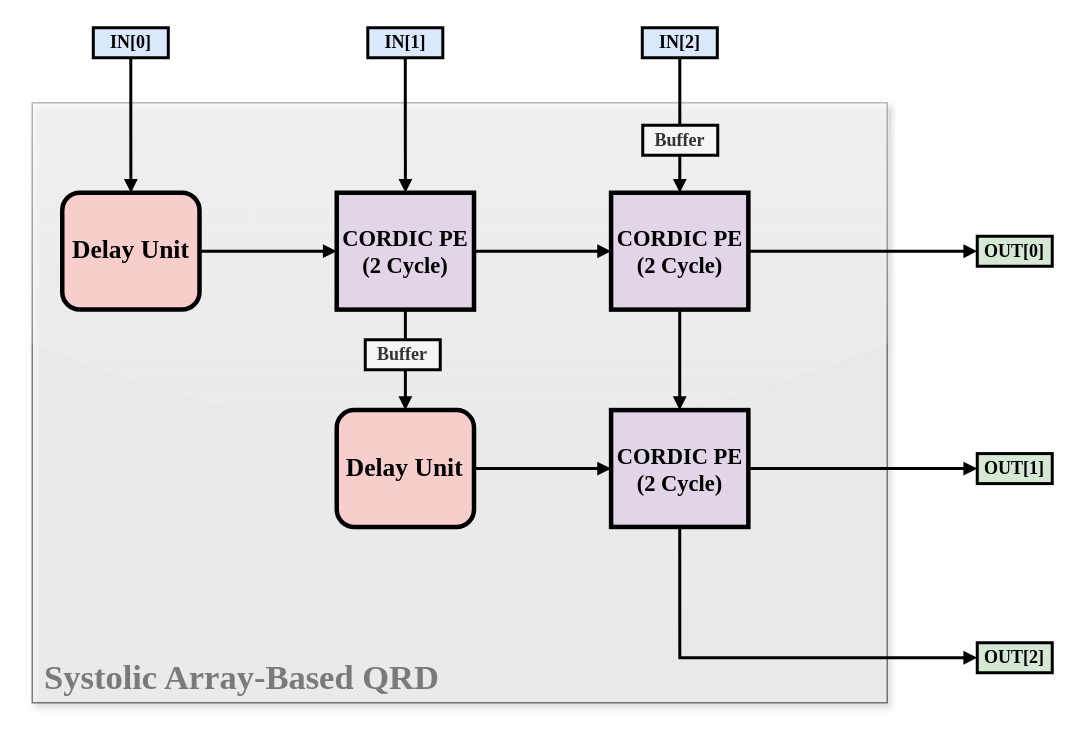
Earlier version of the draw.io diagram report/Figure/QRD-Systolic-Array.drawio (akira2963753/Eigen-Value-Decomposition). Source tidied: cells renumbered, new cells numbered last; positions are measured from the earlier drawing's top-left corner, leaving out a move shared by most shapes. Both pictures are drawn from the tidied source at 150%, with x=0, y=0 at pixel (32, 27).
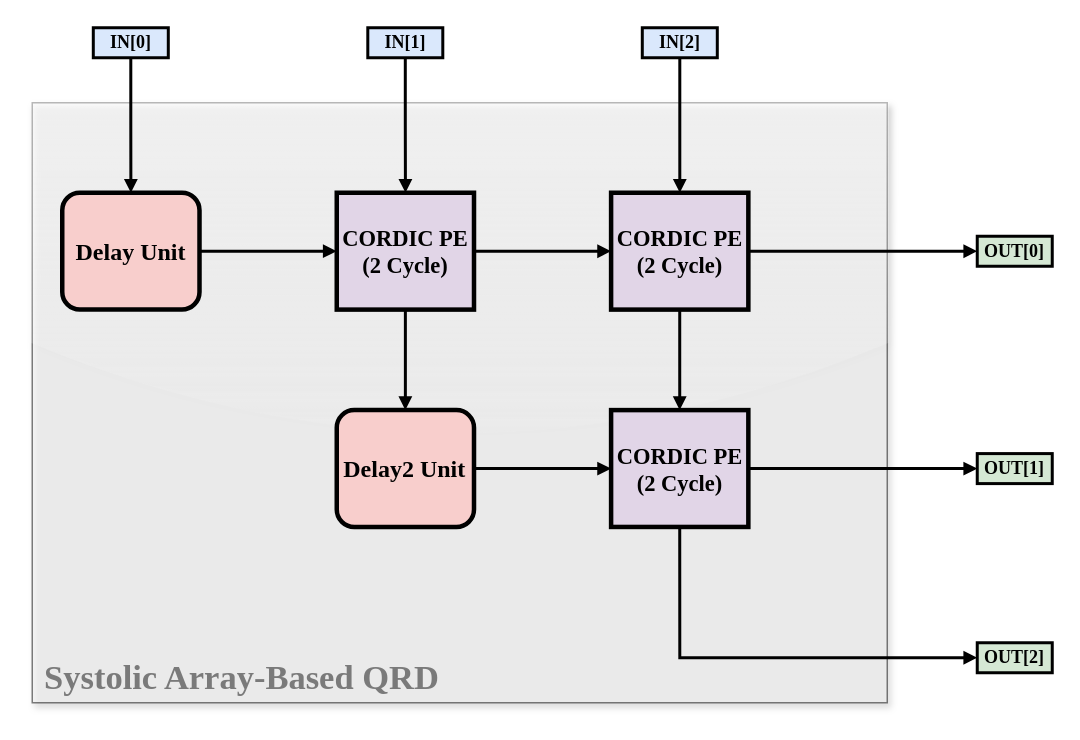
The same diagram, later.

What changed in the source:
```diff
@@
-    <mxCell id="4" value="&lt;b style=&quot;&quot;&gt;&lt;font style=&quot;font-size: 17px;&quot;&gt;Delay Unit&lt;/font&gt;&lt;/b&gt;" style="rounded=1;whiteSpace=wrap;html=1;strokeWidth=3;fillColor=#f8cecc;strokeColor=default;fontFamily=Garamond;" parent="1" vertex="1">
+    <mxCell id="4" value="&lt;b style=&quot;&quot;&gt;&lt;font style=&quot;font-size: 16px;&quot;&gt;Delay Unit&lt;/font&gt;&lt;/b&gt;" style="rounded=1;whiteSpace=wrap;html=1;strokeWidth=3;fillColor=#f8cecc;strokeColor=default;fontFamily=Garamond;" parent="1" vertex="1">
       <mxGeometry x="20" y="110" width="91.5" height="77.9" as="geometry" />
     </mxCell>
@@
-    <mxCell id="15" value="&lt;b style=&quot;&quot;&gt;&lt;font style=&quot;font-size: 17px;&quot;&gt;Delay Unit&lt;/font&gt;&lt;/b&gt;" style="text;html=1;whiteSpace=wrap;strokeColor=none;fillColor=none;align=center;verticalAlign=middle;rounded=0;fontFamily=Garamond;strokeWidth=3;" parent="1" vertex="1">
+    <mxCell id="15" value="&lt;b style=&quot;&quot;&gt;&lt;font style=&quot;font-size: 16px;&quot;&gt;Delay2 Unit&lt;/font&gt;&lt;/b&gt;" style="text;html=1;whiteSpace=wrap;strokeColor=none;fillColor=none;align=center;verticalAlign=middle;rounded=0;fontFamily=Garamond;strokeWidth=3;" parent="1" vertex="1">
       <mxGeometry x="202" y="286.1" width="93.3" height="15.6" as="geometry" />
     </mxCell>
@@
-    <mxCell id="27" value="&lt;font face=&quot;Garamond&quot;&gt;&lt;b&gt;Buffer&lt;/b&gt;&lt;/font&gt;" style="text;html=1;whiteSpace=wrap;strokeColor=default;fillColor=#f5f5f5;align=center;verticalAlign=middle;rounded=0;strokeWidth=2;fontColor=#333333;" parent="1" vertex="1">
-      <mxGeometry x="407" y="65" width="50" height="20" as="geometry" />
-    </mxCell>
-    <mxCell id="28" value="&lt;font face=&quot;Garamond&quot;&gt;&lt;b&gt;Buffer&lt;/b&gt;&lt;/font&gt;" style="text;html=1;whiteSpace=wrap;strokeColor=default;fillColor=#f5f5f5;align=center;verticalAlign=middle;rounded=0;strokeWidth=2;fontColor=#333333;" parent="1" vertex="1">
-      <mxGeometry x="222" y="208" width="50" height="20" as="geometry" />
-    </mxCell>
```
